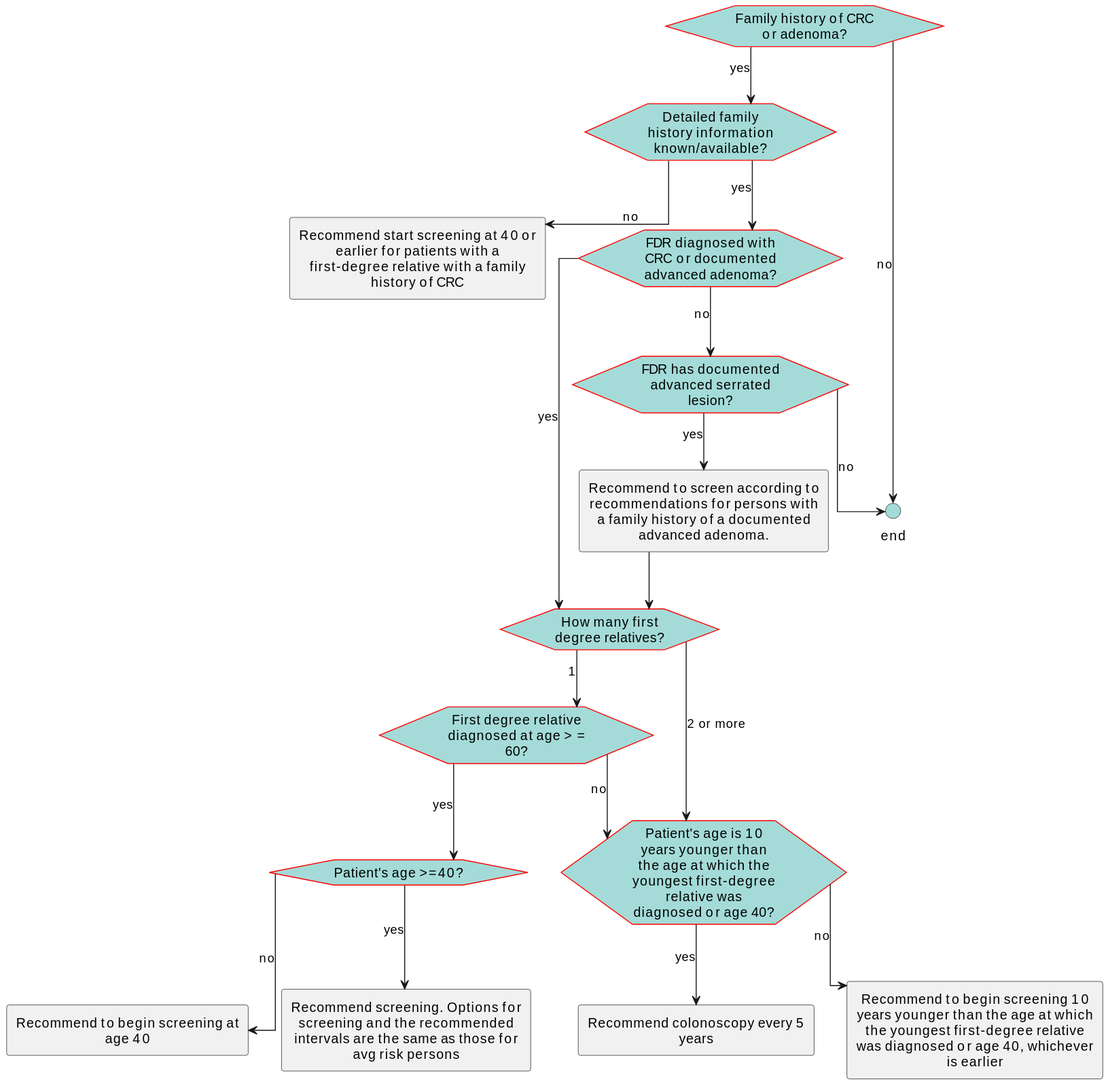
This is images/flow-FamilyHx.svg from ccsm-cds-tools/CDC-Colorectal-Cancer-Screening-CDS-L2, a PlantUML export, as it was before one commit.
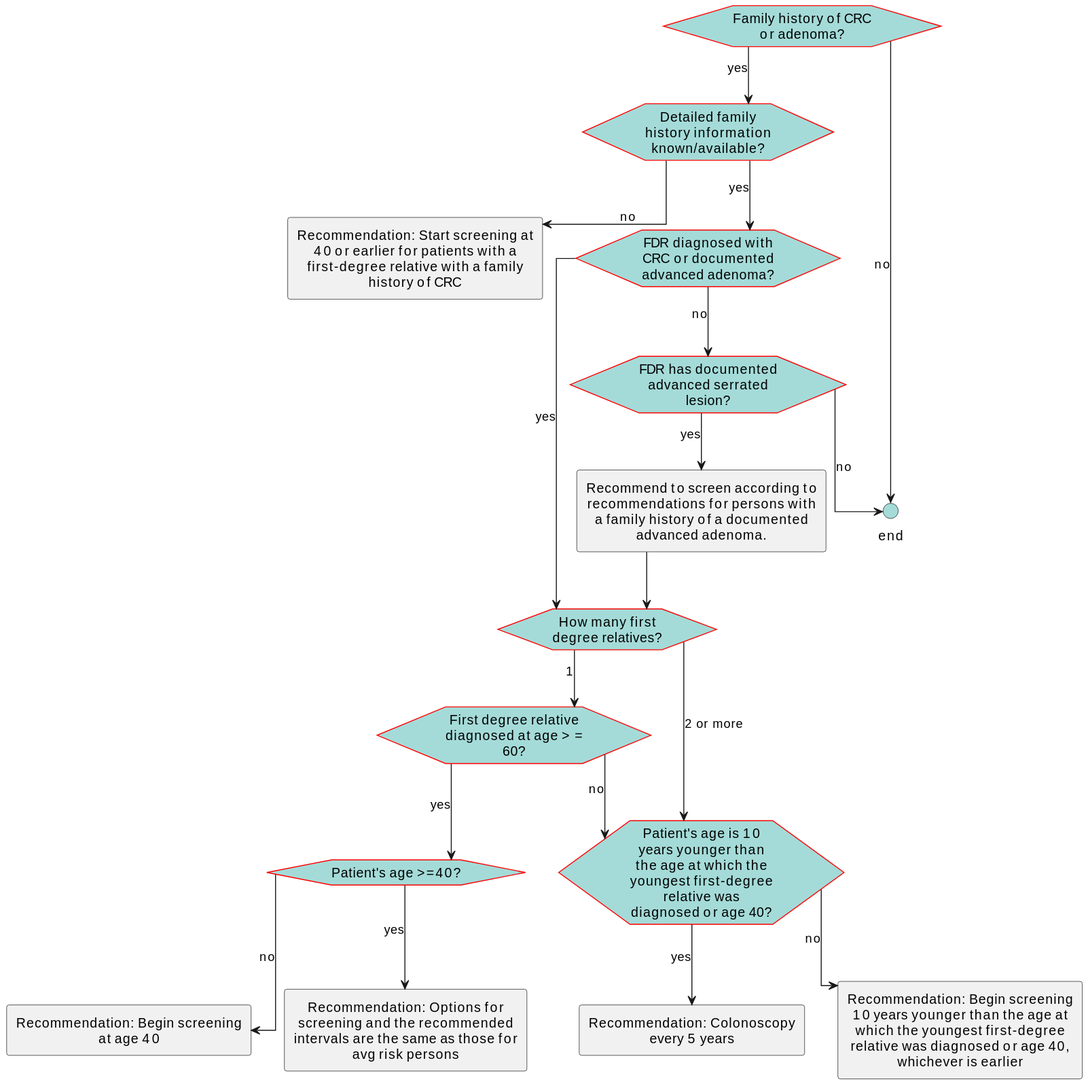
The same diagram one commit later.

The edit, as a diff of the source:
```diff
@@ -27,11 +27,11 @@
 hexagon "Patient's age >=40?" as eve_AgeOver40 [[#eve-AgeOver40]]
 hexagon "Patient's age is 10 years younger than the age at which the youngest first-degree relative was diagnosed or age 40?" as eve_Age40or10YearsBeforeDiagnosis [[#eve-Age40or10YearsBeforeDiagnosis]]
 circle "end" as end_1 <<end>>
-rectangle "Recommend start screening at 40 or earlier for patients with a first-degree relative with a family history of CRC" as act_UnknownFamilyHx [[#act-UnknownFamilyHx]]
-rectangle "Recommend to begin screening at age 40" as act_RecommendStartScreeningAt40 [[#act-RecommendStartScreeningAt40]]
-rectangle "Recommend screening. Options for screening and the recommended intervals are the same as those for avg risk persons" as act_RecommendationSameAsAvgRisk [[#act-RecommendationSameAsAvgRisk]]
-rectangle "Recommend colonoscopy every 5 years" as act_ColonoscopyEvery5 [[#act-ColonoscopyEvery5]]
-rectangle "Recommend to begin screening 10 years younger than the age at which the youngest first-degree relative was diagnosed or age 40, whichever is earlier" as act_RecommendStartScreeningLater [[#act-RecommendStartScreeningLater]]
+rectangle "Recommendation: Start screening at 40 or earlier for patients with a first-degree relative with a family history of CRC" as act_UnknownFamilyHx [[#act-UnknownFamilyHx]]
+rectangle "Recommendation: Begin screening at age 40" as act_RecommendStartScreeningAt40 [[#act-RecommendStartScreeningAt40]]
+rectangle "Recommendation: Options for screening and the recommended intervals are the same as those for avg risk persons" as act_RecommendationSameAsAvgRisk [[#act-RecommendationSameAsAvgRisk]]
+rectangle "Recommendation: Colonoscopy every 5 years" as act_ColonoscopyEvery5 [[#act-ColonoscopyEvery5]]
+rectangle "Recommendation: Begin screening 10 years younger than the age at which the youngest first-degree relative was diagnosed or age 40, whichever is earlier" as act_RecommendStartScreeningLater [[#act-RecommendStartScreeningLater]]
 eve_FamilyHx -->eve_KnownFamilyHx: yes
 eve_FamilyHx -->end_1: no
 eve_KnownFamilyHx-->eve_FDRCRCAdvancedAdenoma: yes
```
